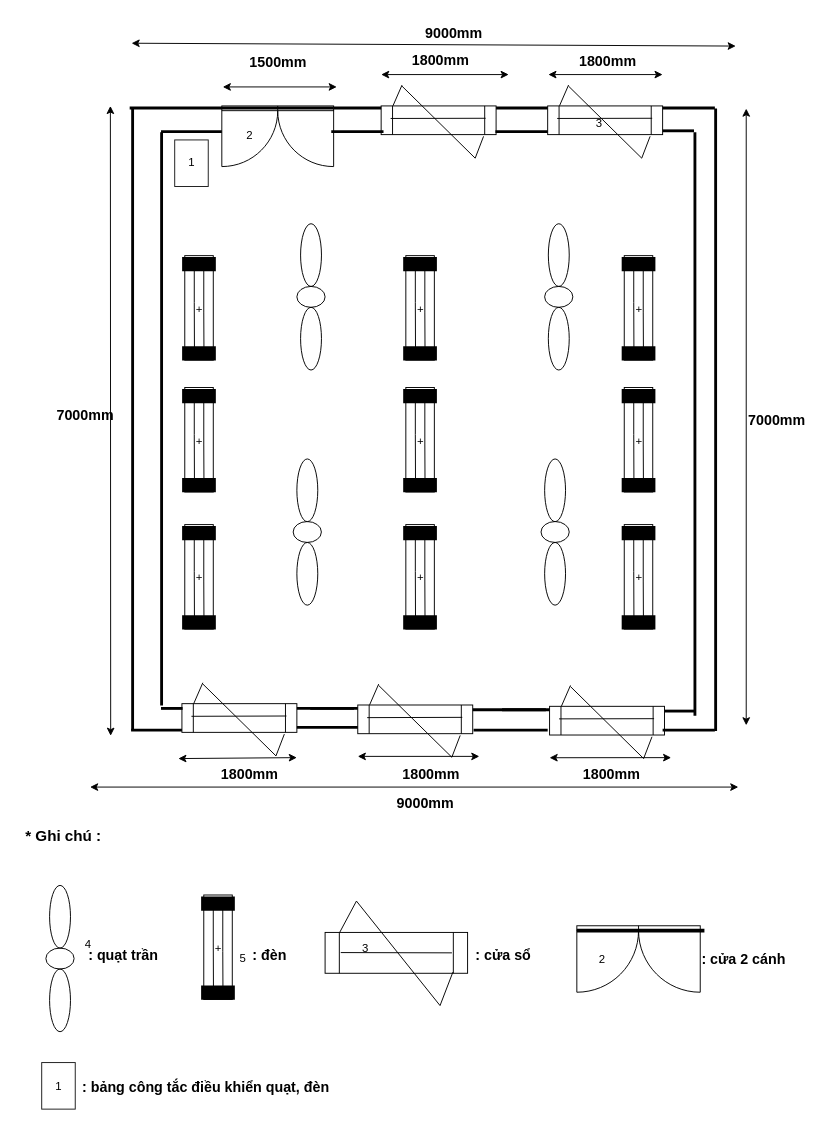
The draw.io diagram page "Trang-1" (1 of 8) of Biểu đồ không có tiêu đề.drawio in minhminh2712/gi-i-thi-u-th-nh-vi-n, before the edit. Source tidied: cells renumbered, new cells numbered last; positions are measured from the earlier drawing's top-left corner, leaving out a move shared by most shapes. Both pictures are drawn from the tidied source at 95%, with x=0, y=0 at pixel (-180, 16).
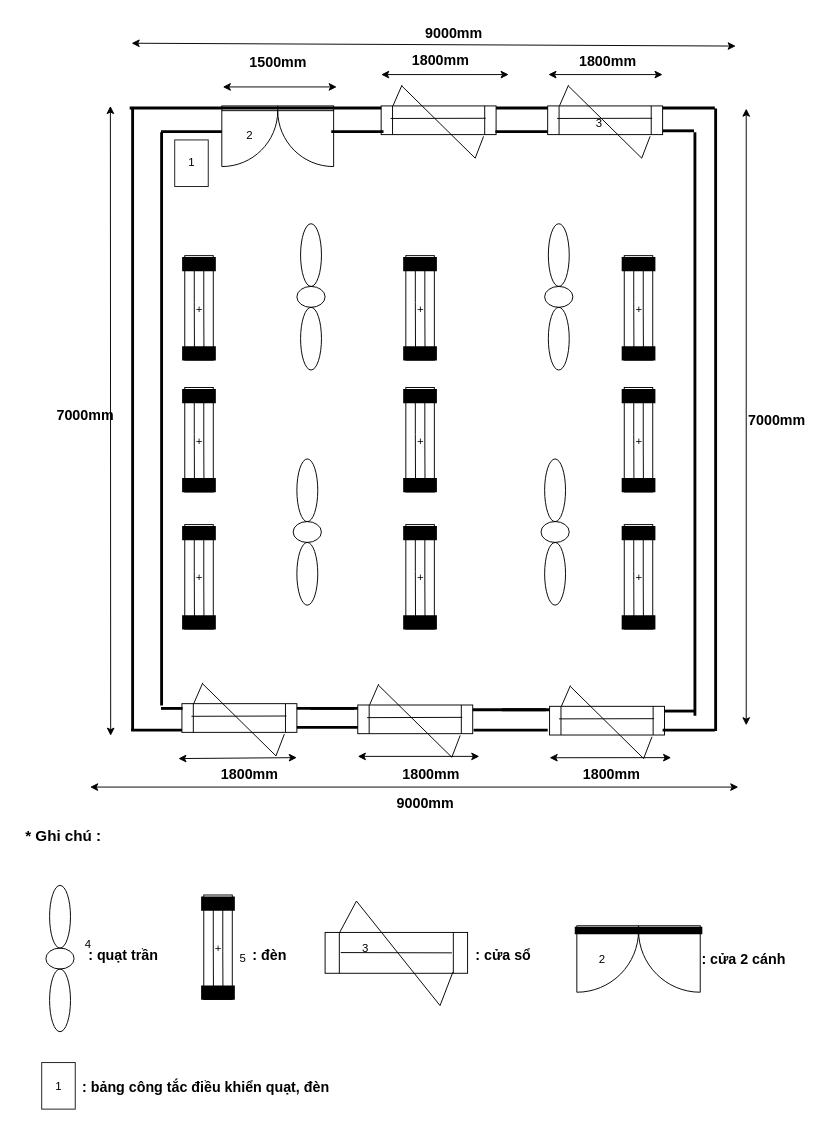
The same page after the edit.

The edit, as a diff of the source:
```diff
@@
-    <mxCell id="166" style="line;strokeWidth=4;html=1;strokeColor=default;fillColor=none;shadow=0;perimeterSpacing=1;" parent="1" vertex="1">
-      <mxGeometry x="795.7" y="952" width="134.3" height="20" as="geometry" />
+    <mxCell id="166" style="line;strokeWidth=8;html=1;strokeColor=default;fillColor=none;shadow=0;perimeterSpacing=1;" parent="1" vertex="1">
+      <mxGeometry x="793.5" y="952" width="134.3" height="20" as="geometry" />
     </mxCell>
```
